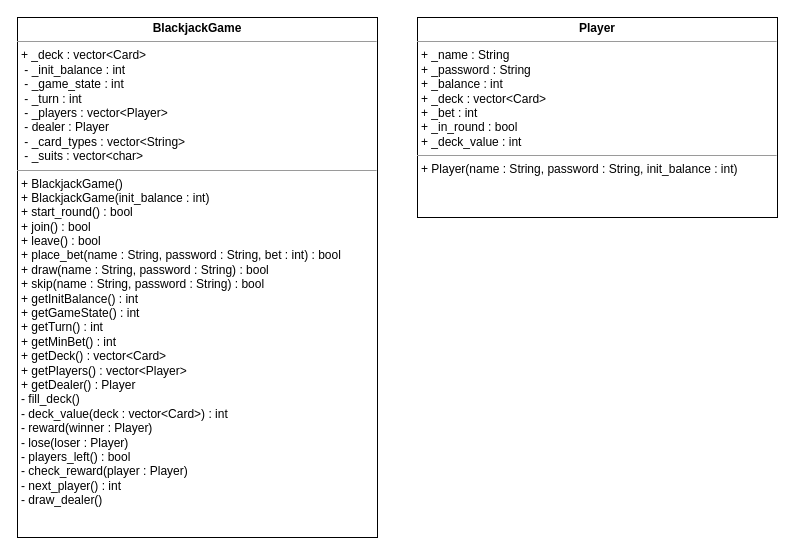
This is docs/Implementation Details/implementation_details.drawio from christiangoerdes/Blackjack, a draw.io file, before an edit. Source tidied: cells renumbered, new cells numbered last; positions are measured from the earlier drawing's top-left corner, leaving out a move shared by most shapes. Both pictures are drawn from the tidied source at 100%, with x=0, y=0 at pixel (17, 17).
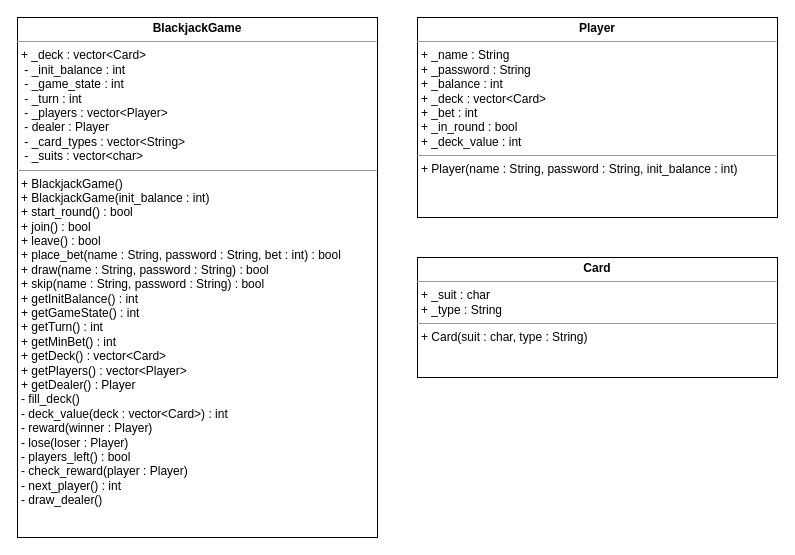
The same page after the edit.

Commit message:
added UML for Card class

The edit, as a diff of the source:
```diff
@@
 <mxGraphModel>
   <root>
     <mxCell id="0" />
     <mxCell id="1" parent="0" />
     <mxCell id="2" value="&lt;p style=&quot;margin:0px;margin-top:4px;text-align:center;&quot;&gt;&lt;b&gt;BlackjackGame&lt;/b&gt;&lt;/p&gt;&lt;hr size=&quot;1&quot;&gt;&lt;p style=&quot;margin:0px;margin-left:4px;&quot;&gt;+ _deck : vector&amp;lt;Card&amp;gt;&amp;nbsp;&lt;/p&gt;&lt;p style=&quot;margin:0px;margin-left:4px;&quot;&gt;&amp;nbsp;- _init_balance : int&lt;/p&gt;&lt;p style=&quot;margin:0px;margin-left:4px;&quot;&gt;&amp;nbsp;- _game_state : int&lt;/p&gt;&lt;p style=&quot;margin:0px;margin-left:4px;&quot;&gt;&amp;nbsp;- _turn : int&lt;/p&gt;&lt;p style=&quot;margin:0px;margin-left:4px;&quot;&gt;&lt;span style=&quot;background-color: initial;&quot;&gt;&amp;nbsp;- _players : vector&amp;lt;Player&amp;gt;&lt;/span&gt;&lt;/p&gt;&lt;p style=&quot;margin:0px;margin-left:4px;&quot;&gt;&lt;span style=&quot;background-color: initial;&quot;&gt;&amp;nbsp;- dealer : Player&lt;/span&gt;&lt;/p&gt;&lt;p style=&quot;margin:0px;margin-left:4px;&quot;&gt;&lt;span style=&quot;background-color: initial;&quot;&gt;&amp;nbsp;- _card_types : vector&amp;lt;String&amp;gt;&lt;/span&gt;&lt;/p&gt;&lt;p style=&quot;margin:0px;margin-left:4px;&quot;&gt;&lt;span style=&quot;background-color: initial;&quot;&gt;&amp;nbsp;- _suits : vector&amp;lt;char&amp;gt;&lt;/span&gt;&lt;/p&gt;&lt;hr size=&quot;1&quot;&gt;&lt;p style=&quot;margin:0px;margin-left:4px;&quot;&gt;+ BlackjackGame()&lt;/p&gt;&lt;p style=&quot;margin:0px;margin-left:4px;&quot;&gt;+ BlackjackGame(init_balance : int)&lt;/p&gt;&lt;p style=&quot;margin:0px;margin-left:4px;&quot;&gt;+ start_round() : bool&lt;/p&gt;&lt;p style=&quot;margin:0px;margin-left:4px;&quot;&gt;+ join() : bool&lt;/p&gt;&lt;p style=&quot;margin:0px;margin-left:4px;&quot;&gt;+ leave() : bool&lt;/p&gt;&lt;p style=&quot;margin:0px;margin-left:4px;&quot;&gt;+ place_bet(name : String, password : String, bet : int) : bool&lt;/p&gt;&lt;p style=&quot;margin:0px;margin-left:4px;&quot;&gt;+ draw(name : String, password : String) : bool&lt;/p&gt;&lt;p style=&quot;margin:0px;margin-left:4px;&quot;&gt;+ skip(name : String, password : String) : bool&lt;/p&gt;&lt;p style=&quot;margin:0px;margin-left:4px;&quot;&gt;+ getInitBalance() : int&lt;/p&gt;&lt;p style=&quot;margin:0px;margin-left:4px;&quot;&gt;+ getGameState() : int&lt;/p&gt;&lt;p style=&quot;margin:0px;margin-left:4px;&quot;&gt;+ getTurn() : int&lt;/p&gt;&lt;p style=&quot;margin:0px;margin-left:4px;&quot;&gt;+ getMinBet() : int&lt;/p&gt;&lt;p style=&quot;margin:0px;margin-left:4px;&quot;&gt;+ getDeck() : vector&amp;lt;Card&amp;gt;&lt;/p&gt;&lt;p style=&quot;margin:0px;margin-left:4px;&quot;&gt;+ getPlayers() : vector&amp;lt;Player&amp;gt;&lt;/p&gt;&lt;p style=&quot;margin:0px;margin-left:4px;&quot;&gt;+ getDealer() : Player&lt;/p&gt;&lt;p style=&quot;margin:0px;margin-left:4px;&quot;&gt;- fill_deck()&lt;/p&gt;&lt;p style=&quot;margin:0px;margin-left:4px;&quot;&gt;- deck_value(deck : vector&amp;lt;Card&amp;gt;) : int&lt;/p&gt;&lt;p style=&quot;margin:0px;margin-left:4px;&quot;&gt;- reward(winner : Player)&amp;nbsp;&lt;/p&gt;&lt;p style=&quot;margin:0px;margin-left:4px;&quot;&gt;- lose(loser : Player)&amp;nbsp;&lt;/p&gt;&lt;p style=&quot;margin:0px;margin-left:4px;&quot;&gt;- players_left() : bool&lt;/p&gt;&lt;p style=&quot;margin:0px;margin-left:4px;&quot;&gt;- check_reward(player : Player)&lt;/p&gt;&lt;p style=&quot;margin:0px;margin-left:4px;&quot;&gt;- next_player() : int&lt;/p&gt;&lt;p style=&quot;margin:0px;margin-left:4px;&quot;&gt;- draw_dealer()&lt;/p&gt;&lt;p style=&quot;margin:0px;margin-left:4px;&quot;&gt;&lt;br&gt;&lt;/p&gt;&lt;p style=&quot;margin:0px;margin-left:4px;&quot;&gt;&lt;br&gt;&lt;/p&gt;&lt;p style=&quot;margin:0px;margin-left:4px;&quot;&gt;&lt;br&gt;&lt;/p&gt;&lt;p style=&quot;margin:0px;margin-left:4px;&quot;&gt;&lt;br&gt;&lt;/p&gt;" style="verticalAlign=top;align=left;overflow=fill;fontSize=12;fontFamily=Helvetica;html=1;whiteSpace=wrap;" parent="1" vertex="1">
       <mxGeometry width="360" height="520" as="geometry" />
     </mxCell>
     <mxCell id="3" value="&lt;p style=&quot;margin:0px;margin-top:4px;text-align:center;&quot;&gt;&lt;b&gt;Player&lt;/b&gt;&lt;/p&gt;&lt;hr size=&quot;1&quot;&gt;&lt;p style=&quot;margin:0px;margin-left:4px;&quot;&gt;+ _name : String&lt;br&gt;&lt;/p&gt;&lt;p style=&quot;margin:0px;margin-left:4px;&quot;&gt;+ _password : String&lt;/p&gt;&lt;p style=&quot;margin:0px;margin-left:4px;&quot;&gt;+ _balance : int&lt;/p&gt;&lt;p style=&quot;margin:0px;margin-left:4px;&quot;&gt;+ _deck : vector&amp;lt;Card&amp;gt;&lt;/p&gt;&lt;p style=&quot;margin:0px;margin-left:4px;&quot;&gt;+ _bet : int&lt;/p&gt;&lt;p style=&quot;margin:0px;margin-left:4px;&quot;&gt;+ _in_round : bool&lt;/p&gt;&lt;p style=&quot;margin:0px;margin-left:4px;&quot;&gt;+ _deck_value : int&lt;/p&gt;&lt;hr size=&quot;1&quot;&gt;&lt;p style=&quot;margin:0px;margin-left:4px;&quot;&gt;+ Player(name : String, password : String, init_balance : int)&lt;/p&gt;&lt;p style=&quot;margin:0px;margin-left:4px;&quot;&gt;&lt;br&gt;&lt;/p&gt;&lt;p style=&quot;margin:0px;margin-left:4px;&quot;&gt;&lt;br&gt;&lt;/p&gt;&lt;p style=&quot;margin:0px;margin-left:4px;&quot;&gt;&lt;br&gt;&lt;/p&gt;&lt;p style=&quot;margin:0px;margin-left:4px;&quot;&gt;&lt;br&gt;&lt;/p&gt;" style="verticalAlign=top;align=left;overflow=fill;fontSize=12;fontFamily=Helvetica;html=1;whiteSpace=wrap;" parent="1" vertex="1">
       <mxGeometry x="400" width="360" height="200" as="geometry" />
     </mxCell>
+    <mxCell id="4" value="&lt;p style=&quot;margin:0px;margin-top:4px;text-align:center;&quot;&gt;&lt;b&gt;Card&lt;/b&gt;&lt;/p&gt;&lt;hr size=&quot;1&quot;&gt;&lt;p style=&quot;margin:0px;margin-left:4px;&quot;&gt;+ _suit : char&lt;br&gt;&lt;/p&gt;&lt;p style=&quot;margin:0px;margin-left:4px;&quot;&gt;+ _type : String&lt;/p&gt;&lt;hr size=&quot;1&quot;&gt;&lt;p style=&quot;margin:0px;margin-left:4px;&quot;&gt;+ Card(suit : char, type : String)&lt;/p&gt;&lt;p style=&quot;margin:0px;margin-left:4px;&quot;&gt;&lt;br&gt;&lt;/p&gt;&lt;p style=&quot;margin:0px;margin-left:4px;&quot;&gt;&lt;br&gt;&lt;/p&gt;&lt;p style=&quot;margin:0px;margin-left:4px;&quot;&gt;&lt;br&gt;&lt;/p&gt;&lt;p style=&quot;margin:0px;margin-left:4px;&quot;&gt;&lt;br&gt;&lt;/p&gt;" style="verticalAlign=top;align=left;overflow=fill;fontSize=12;fontFamily=Helvetica;html=1;whiteSpace=wrap;" parent="1" vertex="1">
+      <mxGeometry x="400" y="240" width="360" height="120" as="geometry" />
+    </mxCell>
   </root>
 </mxGraphModel>
```
